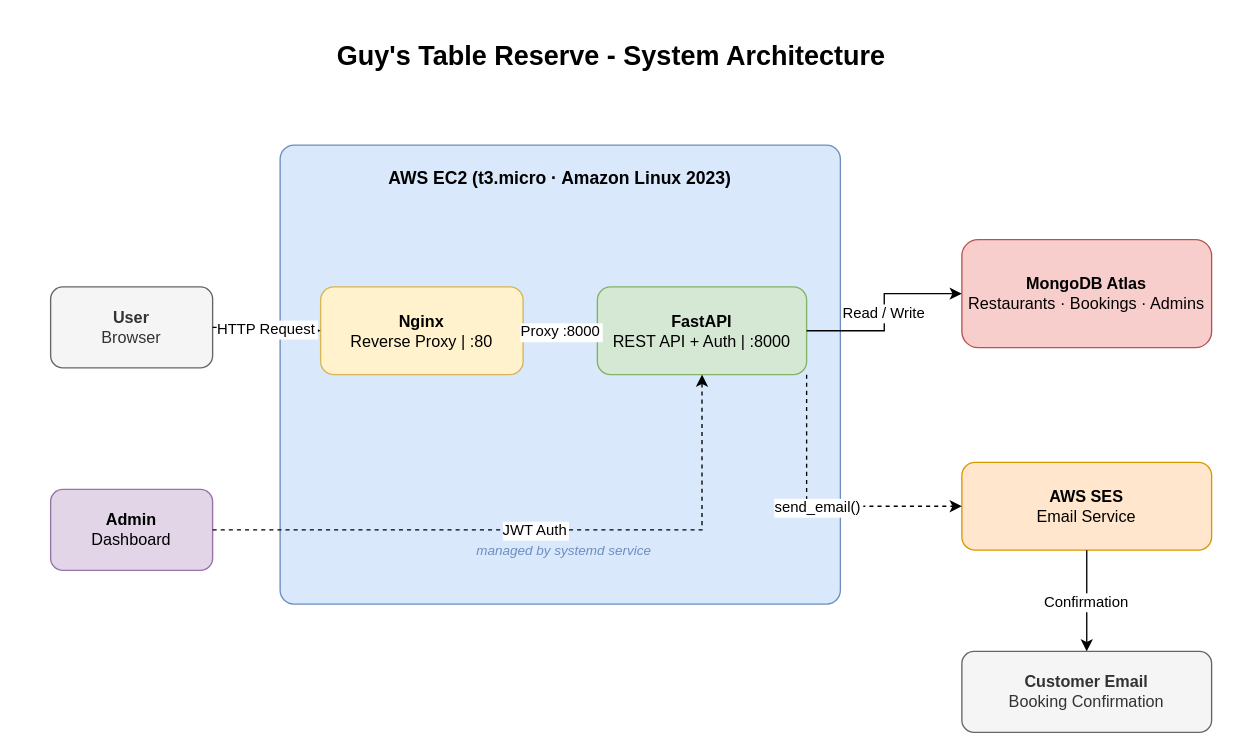
The draw.io diagram Guy's-Table-Reserve-Architecture.drawio in GuyGuyPeres/Guys-Table-Reserve-Project, before the edit. Source tidied: cells renumbered, new cells numbered last; positions are measured from the earlier drawing's top-left corner, leaving out a move shared by most shapes. Both pictures are drawn from the tidied source at 135%, with x=0, y=0 at pixel (50, 23).
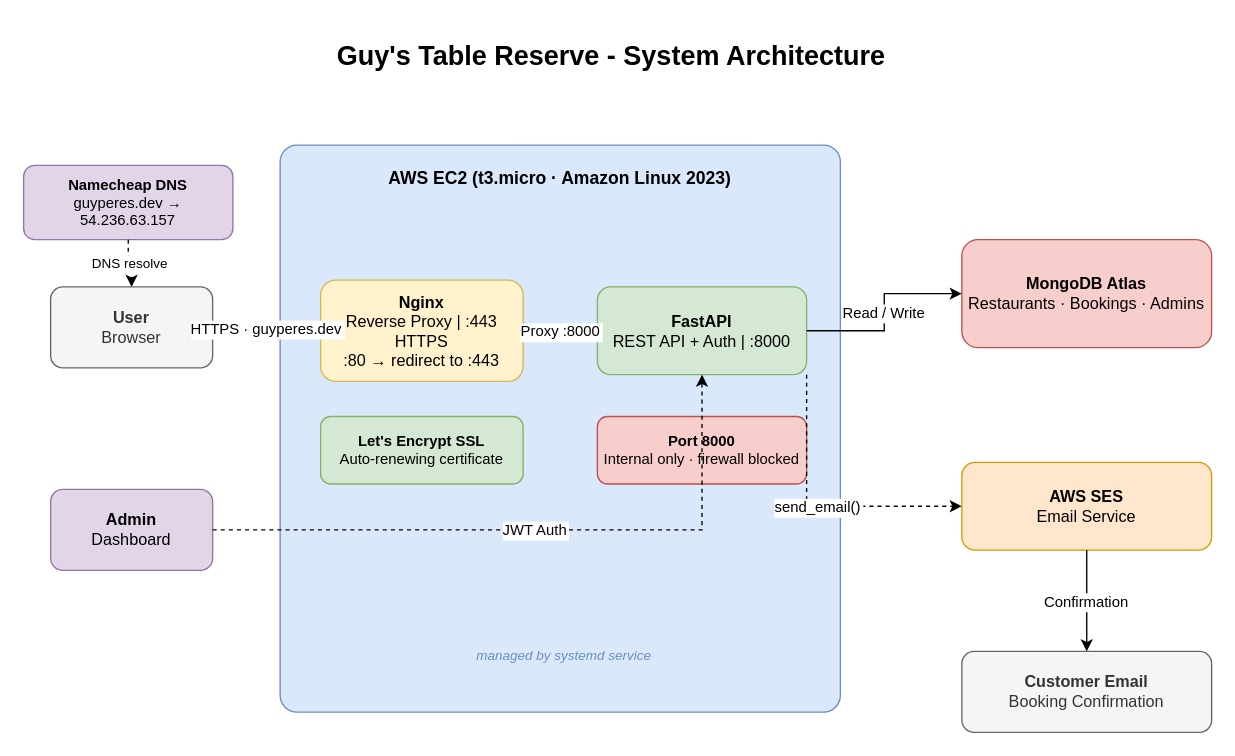
The same page after the edit.

Commit message (it also covers changes not shown here):
[UPDATE] updated both the diagram and the presentation file.

Unchanged cells that the change refers to:
```xml
<mxCell id="4" value="&lt;b&gt;User&lt;/b&gt;&lt;br&gt;Browser" style="rounded=1;whiteSpace=wrap;html=1;fillColor=#f5f5f5;strokeColor=#666666;fontColor=#333333;fontSize=12;" parent="1" vertex="1">
  <mxGeometry y="195" width="120" height="60" as="geometry" />
</mxCell>
```

What changed in the source:
```diff
@@
     <mxCell id="3" value="AWS EC2  (t3.micro · Amazon Linux 2023)" style="rounded=1;whiteSpace=wrap;html=1;fillColor=#dae8fc;strokeColor=#6c8ebf;fontSize=13;fontStyle=1;verticalAlign=top;spacingTop=10;arcSize=3;" parent="1" vertex="1">
-      <mxGeometry x="170" y="90" width="415" height="340" as="geometry" />
+      <mxGeometry x="170" y="90" width="415" height="420" as="geometry" />
     </mxCell>
+    <mxCell id="18" value="&lt;b&gt;Namecheap DNS&lt;/b&gt;&lt;br&gt;guyperes.dev → 54.236.63.157" style="rounded=1;whiteSpace=wrap;html=1;fillColor=#e1d5e7;strokeColor=#9673a6;fontSize=11;" parent="1" vertex="1">
+      <mxGeometry x="-20" y="105" width="155" height="55" as="geometry" />
+    </mxCell>
@@
-    <mxCell id="6" value="&lt;b&gt;Nginx&lt;/b&gt;&lt;br&gt;Reverse Proxy | :80" style="rounded=1;whiteSpace=wrap;html=1;fillColor=#fff2cc;strokeColor=#d6b656;fontSize=12;" parent="1" vertex="1">
-      <mxGeometry x="200" y="195" width="150" height="65" as="geometry" />
+    <mxCell id="6" value="&lt;b&gt;Nginx&lt;/b&gt;&lt;br&gt;Reverse Proxy | :443 HTTPS&lt;br&gt;:80 → redirect to :443" style="rounded=1;whiteSpace=wrap;html=1;fillColor=#fff2cc;strokeColor=#d6b656;fontSize=12;" parent="1" vertex="1">
+      <mxGeometry x="200" y="190" width="150" height="75" as="geometry" />
     </mxCell>
@@
+    <mxCell id="19" value="&lt;b&gt;Let's Encrypt SSL&lt;/b&gt;&lt;br&gt;Auto-renewing certificate" style="rounded=1;whiteSpace=wrap;html=1;fillColor=#d5e8d4;strokeColor=#82b366;fontSize=11;" parent="1" vertex="1">
+      <mxGeometry x="200" y="291" width="150" height="50" as="geometry" />
+    </mxCell>
+    <mxCell id="20" value="&lt;b&gt;Port 8000&lt;/b&gt;&lt;br&gt;Internal only · firewall blocked" style="rounded=1;whiteSpace=wrap;html=1;fillColor=#f8cecc;strokeColor=#b85450;fontSize=11;" parent="1" vertex="1">
+      <mxGeometry x="405" y="291" width="155" height="50" as="geometry" />
+    </mxCell>
     <mxCell id="8" value="managed by systemd service" style="text;html=1;align=center;verticalAlign=middle;strokeColor=none;fillColor=none;fontSize=10;fontColor=#6c8ebf;fontStyle=2;" parent="1" vertex="1">
-      <mxGeometry x="200" y="375" width="360" height="30" as="geometry" />
+      <mxGeometry x="200" y="453" width="360" height="30" as="geometry" />
     </mxCell>
@@
+    <mxCell id="21" value="DNS resolve" style="edgeStyle=orthogonalEdgeStyle;rounded=0;dashed=1;exitX=0.5;exitY=1;exitDx=0;exitDy=0;entryX=0.5;entryY=0;entryDx=0;entryDy=0;fontSize=10;" parent="1" edge="1" source="18" target="4">
+      <mxGeometry relative="1" as="geometry" />
+    </mxCell>
-    <mxCell id="12" value="HTTP Request" style="edgeStyle=orthogonalEdgeStyle;rounded=0;exitX=1;exitY=0.5;exitDx=0;exitDy=0;entryX=0;entryY=0.5;entryDx=0;entryDy=0;fontSize=11;" parent="1" edge="1" source="4" target="6">
+    <mxCell id="12" value="HTTPS · guyperes.dev" style="edgeStyle=orthogonalEdgeStyle;rounded=0;exitX=1;exitY=0.5;exitDx=0;exitDy=0;entryX=0;entryY=0.5;entryDx=0;entryDy=0;fontSize=11;" parent="1" edge="1" source="4" target="6">
       <mxGeometry relative="1" as="geometry" />
     </mxCell>
```
